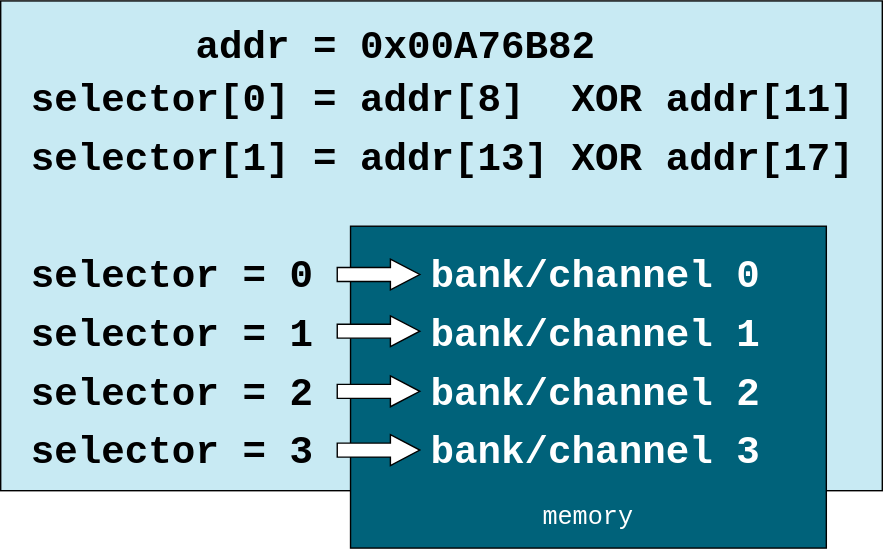
Earlier version of the draw.io export slides/02-Using-gem5/06-memory-imgs/address-interleaving.drawio.svg (huydinhtran/gem5-2024-bootcamp). Source tidied: cells renumbered, new cells last; positions are measured from the earlier drawing's top-left corner, leaving out a move shared by most shapes. Source of this version:
```xml
<mxGraphModel>
  <root>
    <mxCell id="0" />
    <mxCell id="1" parent="0" />
    <mxCell id="2" style="rounded=0;whiteSpace=wrap;html=1;strokeColor=#000000;fillColor=#C8EAF3;" parent="1" vertex="1">
      <mxGeometry width="630" height="350" as="geometry" />
    </mxCell>
    <mxCell id="3" value="&lt;p style=&quot;line-height: 120%;&quot;&gt;&lt;font face=&quot;Courier New&quot; style=&quot;font-size: 18px;&quot;&gt;memory&lt;/font&gt;&lt;/p&gt;" style="rounded=0;whiteSpace=wrap;html=1;fillColor=#00627A;fontSize=12;fontColor=#FFFFFF;verticalAlign=bottom;align=center;" parent="1" vertex="1">
      <mxGeometry x="250" y="161" width="340" height="230" as="geometry" />
    </mxCell>
    <mxCell id="4" value="&amp;nbsp; &amp;nbsp; &amp;nbsp; &amp;nbsp;addr = 0x00A76B82&lt;div style=&quot;line-height: 150%;&quot;&gt;selector[0] = addr[8]&amp;nbsp; XOR addr[11]&lt;/div&gt;&lt;div style=&quot;line-height: 150%;&quot;&gt;selector[1] = addr[13] XOR addr[17]&lt;/div&gt;&lt;div style=&quot;line-height: 150%;&quot;&gt;&lt;br&gt;&lt;/div&gt;&lt;div style=&quot;line-height: 150%;&quot;&gt;selector = 0&lt;span style=&quot;white-space: pre;&quot;&gt;&#9;&lt;/span&gt;&amp;nbsp;&lt;font color=&quot;#ffffff&quot;&gt;bank/channel 0&lt;/font&gt;&lt;/div&gt;&lt;div style=&quot;line-height: 150%;&quot;&gt;selector = 1&lt;span style=&quot;white-space: pre;&quot;&gt;&#9;&lt;/span&gt;&amp;nbsp;&lt;font color=&quot;#ffffff&quot;&gt;bank/channel 1&lt;/font&gt;&lt;/div&gt;&lt;div style=&quot;line-height: 150%;&quot;&gt;selector = 2&lt;span style=&quot;white-space: pre;&quot;&gt;&#9;&lt;/span&gt;&amp;nbsp;&lt;font color=&quot;#ffffff&quot;&gt;bank/channel 2&lt;/font&gt;&lt;/div&gt;&lt;div style=&quot;line-height: 150%;&quot;&gt;selector = 3&lt;span style=&quot;white-space: pre;&quot;&gt;&#9;&lt;/span&gt;&amp;nbsp;&lt;font color=&quot;#ffffff&quot;&gt;bank/channel 3&lt;/font&gt;&lt;/div&gt;" style="text;html=1;align=left;verticalAlign=top;whiteSpace=wrap;rounded=0;fontSize=28;fontFamily=Courier New;fontStyle=1;" parent="1" vertex="1">
      <mxGeometry x="20" y="10" width="600" height="330" as="geometry" />
    </mxCell>
    <mxCell id="5" style="shape=flexArrow;endArrow=classic;html=1;rounded=0;fillColor=#FFFFFF;endWidth=11;endSize=6.67;" parent="1" edge="1">
      <mxGeometry relative="1" as="geometry">
        <mxPoint x="240" y="195.5" as="sourcePoint" />
        <mxPoint x="300" y="195.5" as="targetPoint" />
      </mxGeometry>
    </mxCell>
    <mxCell id="6" style="shape=flexArrow;endArrow=classic;html=1;rounded=0;fillColor=#FFFFFF;endWidth=11;endSize=6.67;" parent="1" edge="1">
      <mxGeometry relative="1" as="geometry">
        <mxPoint x="240" y="321" as="sourcePoint" />
        <mxPoint x="300" y="321" as="targetPoint" />
      </mxGeometry>
    </mxCell>
    <mxCell id="7" style="shape=flexArrow;endArrow=classic;html=1;rounded=0;fillColor=#FFFFFF;endWidth=11;endSize=6.67;" parent="1" edge="1">
      <mxGeometry relative="1" as="geometry">
        <mxPoint x="240" y="236" as="sourcePoint" />
        <mxPoint x="300" y="236" as="targetPoint" />
      </mxGeometry>
    </mxCell>
    <mxCell id="8" style="shape=flexArrow;endArrow=classic;html=1;rounded=0;fillColor=#FFFFFF;endWidth=11;endSize=6.67;" parent="1" edge="1">
      <mxGeometry relative="1" as="geometry">
        <mxPoint x="240" y="279" as="sourcePoint" />
        <mxPoint x="300" y="279" as="targetPoint" />
      </mxGeometry>
    </mxCell>
  </root>
</mxGraphModel>
```
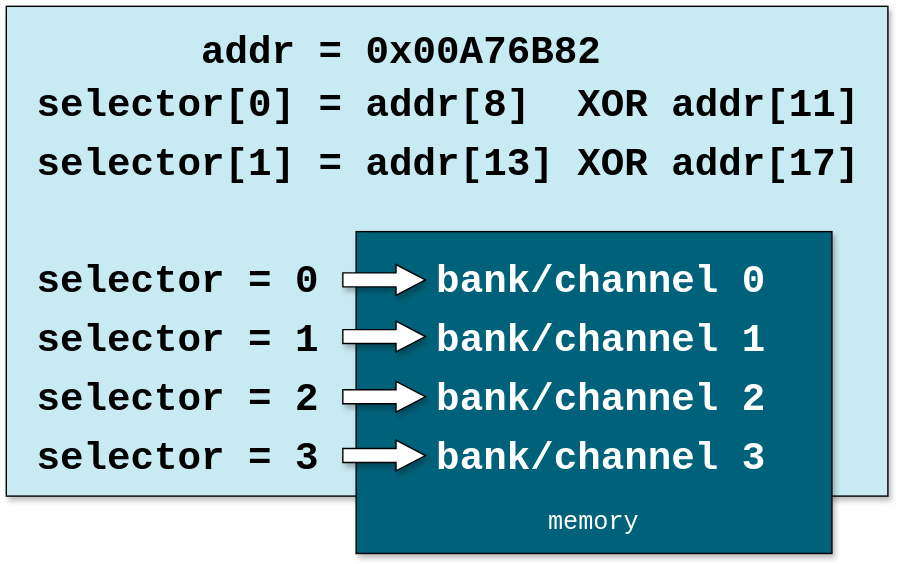
Later version of the same file.

What changed in the source:
```diff
@@ -2,34 +2,34 @@
   <root>
     <mxCell id="0" />
     <mxCell id="1" parent="0" />
-    <mxCell id="2" style="rounded=0;whiteSpace=wrap;html=1;strokeColor=#000000;fillColor=#C8EAF3;" parent="1" vertex="1">
+    <mxCell id="2" style="rounded=0;whiteSpace=wrap;html=1;strokeColor=#000000;fillColor=#C8EAF3;shadow=1;" parent="1" vertex="1">
       <mxGeometry width="630" height="350" as="geometry" />
     </mxCell>
-    <mxCell id="3" value="&lt;p style=&quot;line-height: 120%;&quot;&gt;&lt;font face=&quot;Courier New&quot; style=&quot;font-size: 18px;&quot;&gt;memory&lt;/font&gt;&lt;/p&gt;" style="rounded=0;whiteSpace=wrap;html=1;fillColor=#00627A;fontSize=12;fontColor=#FFFFFF;verticalAlign=bottom;align=center;" parent="1" vertex="1">
+    <mxCell id="3" value="&lt;p style=&quot;line-height: 120%;&quot;&gt;&lt;font face=&quot;Courier New&quot; style=&quot;font-size: 18px;&quot;&gt;memory&lt;/font&gt;&lt;/p&gt;" style="rounded=0;whiteSpace=wrap;html=1;fillColor=#00627A;fontSize=12;fontColor=#FFFFFF;verticalAlign=bottom;align=center;shadow=1;" parent="1" vertex="1">
       <mxGeometry x="250" y="161" width="340" height="230" as="geometry" />
     </mxCell>
     <mxCell id="4" value="&amp;nbsp; &amp;nbsp; &amp;nbsp; &amp;nbsp;addr = 0x00A76B82&lt;div style=&quot;line-height: 150%;&quot;&gt;selector[0] = addr[8]&amp;nbsp; XOR addr[11]&lt;/div&gt;&lt;div style=&quot;line-height: 150%;&quot;&gt;selector[1] = addr[13] XOR addr[17]&lt;/div&gt;&lt;div style=&quot;line-height: 150%;&quot;&gt;&lt;br&gt;&lt;/div&gt;&lt;div style=&quot;line-height: 150%;&quot;&gt;selector = 0&lt;span style=&quot;white-space: pre;&quot;&gt;&#9;&lt;/span&gt;&amp;nbsp;&lt;font color=&quot;#ffffff&quot;&gt;bank/channel 0&lt;/font&gt;&lt;/div&gt;&lt;div style=&quot;line-height: 150%;&quot;&gt;selector = 1&lt;span style=&quot;white-space: pre;&quot;&gt;&#9;&lt;/span&gt;&amp;nbsp;&lt;font color=&quot;#ffffff&quot;&gt;bank/channel 1&lt;/font&gt;&lt;/div&gt;&lt;div style=&quot;line-height: 150%;&quot;&gt;selector = 2&lt;span style=&quot;white-space: pre;&quot;&gt;&#9;&lt;/span&gt;&amp;nbsp;&lt;font color=&quot;#ffffff&quot;&gt;bank/channel 2&lt;/font&gt;&lt;/div&gt;&lt;div style=&quot;line-height: 150%;&quot;&gt;selector = 3&lt;span style=&quot;white-space: pre;&quot;&gt;&#9;&lt;/span&gt;&amp;nbsp;&lt;font color=&quot;#ffffff&quot;&gt;bank/channel 3&lt;/font&gt;&lt;/div&gt;" style="text;html=1;align=left;verticalAlign=top;whiteSpace=wrap;rounded=0;fontSize=28;fontFamily=Courier New;fontStyle=1;" parent="1" vertex="1">
       <mxGeometry x="20" y="10" width="600" height="330" as="geometry" />
     </mxCell>
-    <mxCell id="5" style="shape=flexArrow;endArrow=classic;html=1;rounded=0;fillColor=#FFFFFF;endWidth=11;endSize=6.67;" parent="1" edge="1">
+    <mxCell id="5" style="shape=flexArrow;endArrow=classic;html=1;rounded=0;fillColor=#FFFFFF;endWidth=11;endSize=6.67;shadow=1;" parent="1" edge="1">
       <mxGeometry relative="1" as="geometry">
         <mxPoint x="240" y="195.5" as="sourcePoint" />
         <mxPoint x="300" y="195.5" as="targetPoint" />
       </mxGeometry>
     </mxCell>
-    <mxCell id="6" style="shape=flexArrow;endArrow=classic;html=1;rounded=0;fillColor=#FFFFFF;endWidth=11;endSize=6.67;" parent="1" edge="1">
+    <mxCell id="6" style="shape=flexArrow;endArrow=classic;html=1;rounded=0;fillColor=#FFFFFF;endWidth=11;endSize=6.67;shadow=1;" parent="1" edge="1">
       <mxGeometry relative="1" as="geometry">
         <mxPoint x="240" y="321" as="sourcePoint" />
         <mxPoint x="300" y="321" as="targetPoint" />
       </mxGeometry>
     </mxCell>
-    <mxCell id="7" style="shape=flexArrow;endArrow=classic;html=1;rounded=0;fillColor=#FFFFFF;endWidth=11;endSize=6.67;" parent="1" edge="1">
+    <mxCell id="7" style="shape=flexArrow;endArrow=classic;html=1;rounded=0;fillColor=#FFFFFF;endWidth=11;endSize=6.67;shadow=1;" parent="1" edge="1">
       <mxGeometry relative="1" as="geometry">
         <mxPoint x="240" y="236" as="sourcePoint" />
         <mxPoint x="300" y="236" as="targetPoint" />
       </mxGeometry>
     </mxCell>
-    <mxCell id="8" style="shape=flexArrow;endArrow=classic;html=1;rounded=0;fillColor=#FFFFFF;endWidth=11;endSize=6.67;" parent="1" edge="1">
+    <mxCell id="8" style="shape=flexArrow;endArrow=classic;html=1;rounded=0;fillColor=#FFFFFF;endWidth=11;endSize=6.67;shadow=1;" parent="1" edge="1">
       <mxGeometry relative="1" as="geometry">
         <mxPoint x="240" y="279" as="sourcePoint" />
         <mxPoint x="300" y="279" as="targetPoint" />
```
